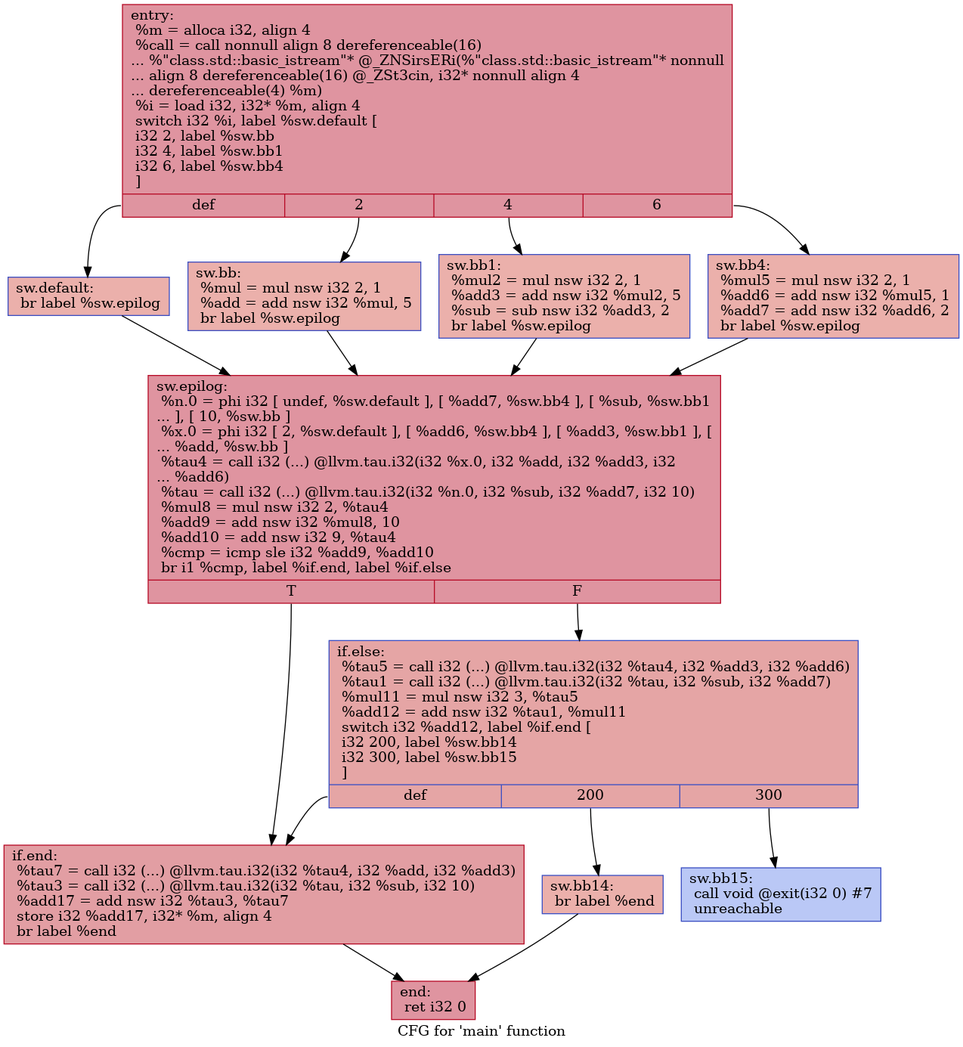
HPSSA-LLVM/HPSSA-LLVM keeps this Graphviz diagram as IR/cfg/afterHPSSA.dot.png. Above is the earlier version. Its source is kept beside it as IR/cfg/afterHPSSA.dot.
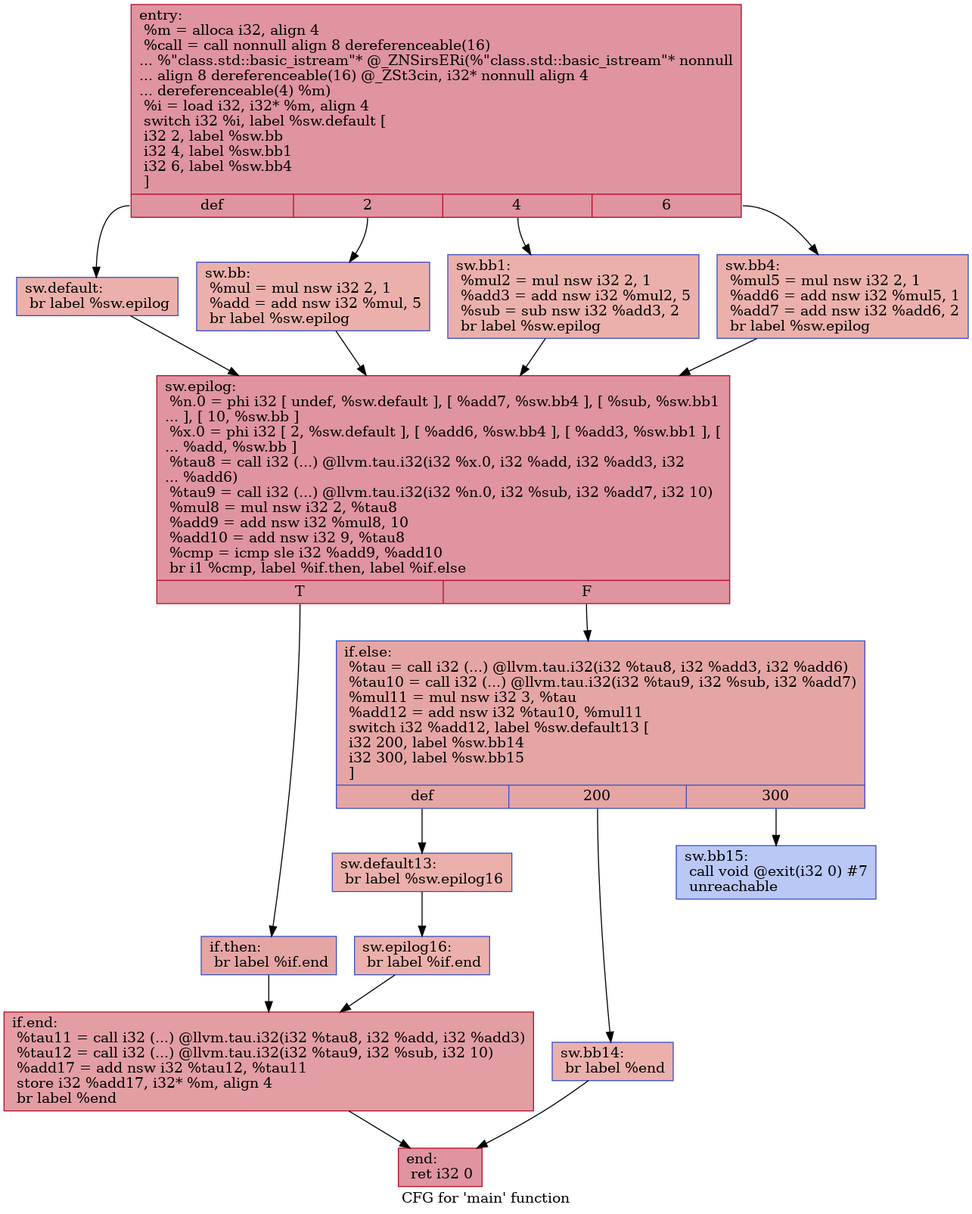
After the change.

Diff of the diagram source:
```diff
@@ -1,30 +1,36 @@
 digraph "CFG for 'main' function" {
 	label="CFG for 'main' function";
 
-	Node0x556ba44c41b0 [shape=record,color="#b70d28ff", style=filled, fillcolor="#b70d2870",label="{entry:\l  %m = alloca i32, align 4\l  %call = call nonnull align 8 dereferenceable(16)\l... %\"class.std::basic_istream\"* @_ZNSirsERi(%\"class.std::basic_istream\"* nonnull\l... align 8 dereferenceable(16) @_ZSt3cin, i32* nonnull align 4\l... dereferenceable(4) %m)\l  %i = load i32, i32* %m, align 4\l  switch i32 %i, label %sw.default [\l    i32 2, label %sw.bb\l    i32 4, label %sw.bb1\l    i32 6, label %sw.bb4\l  ]\l|{<s0>def|<s1>2|<s2>4|<s3>6}}"];
-	Node0x556ba44c41b0:s0 -> Node0x556ba44c45f0;
-	Node0x556ba44c41b0:s1 -> Node0x556ba44c4700;
-	Node0x556ba44c41b0:s2 -> Node0x556ba44c4800;
-	Node0x556ba44c41b0:s3 -> Node0x556ba44c4900;
-	Node0x556ba44c4700 [shape=record,color="#3d50c3ff", style=filled, fillcolor="#d24b4070",label="{sw.bb:                                            \l  %mul = mul nsw i32 2, 1\l  %add = add nsw i32 %mul, 5\l  br label %sw.epilog\l}"];
-	Node0x556ba44c4700 -> Node0x556ba44c4bb0;
-	Node0x556ba44c4800 [shape=record,color="#3d50c3ff", style=filled, fillcolor="#d24b4070",label="{sw.bb1:                                           \l  %mul2 = mul nsw i32 2, 1\l  %add3 = add nsw i32 %mul2, 5\l  %sub = sub nsw i32 %add3, 2\l  br label %sw.epilog\l}"];
-	Node0x556ba44c4800 -> Node0x556ba44c4bb0;
-	Node0x556ba44c4900 [shape=record,color="#3d50c3ff", style=filled, fillcolor="#d24b4070",label="{sw.bb4:                                           \l  %mul5 = mul nsw i32 2, 1\l  %add6 = add nsw i32 %mul5, 1\l  %add7 = add nsw i32 %add6, 2\l  br label %sw.epilog\l}"];
-	Node0x556ba44c4900 -> Node0x556ba44c4bb0;
-	Node0x556ba44c45f0 [shape=record,color="#3d50c3ff", style=filled, fillcolor="#d24b4070",label="{sw.default:                                       \l  br label %sw.epilog\l}"];
-	Node0x556ba44c45f0 -> Node0x556ba44c4bb0;
-	Node0x556ba44c4bb0 [shape=record,color="#b70d28ff", style=filled, fillcolor="#b70d2870",label="{sw.epilog:                                        \l  %n.0 = phi i32 [ undef, %sw.default ], [ %add7, %sw.bb4 ], [ %sub, %sw.bb1\l... ], [ 10, %sw.bb ]\l  %x.0 = phi i32 [ 2, %sw.default ], [ %add6, %sw.bb4 ], [ %add3, %sw.bb1 ], [\l... %add, %sw.bb ]\l  %tau4 = call i32 (...) @llvm.tau.i32(i32 %x.0, i32 %add, i32 %add3, i32\l... %add6)\l  %tau = call i32 (...) @llvm.tau.i32(i32 %n.0, i32 %sub, i32 %add7, i32 10)\l  %mul8 = mul nsw i32 2, %tau4\l  %add9 = add nsw i32 %mul8, 10\l  %add10 = add nsw i32 9, %tau4\l  %cmp = icmp sle i32 %add9, %add10\l  br i1 %cmp, label %if.end, label %if.else\l|{<s0>T|<s1>F}}"];
-	Node0x556ba44c4bb0:s0 -> Node0x556ba44c6400;
-	Node0x556ba44c4bb0:s1 -> Node0x556ba44c6470;
-	Node0x556ba44c6470 [shape=record,color="#3d50c3ff", style=filled, fillcolor="#c5333470",label="{if.else:                                          \l  %tau5 = call i32 (...) @llvm.tau.i32(i32 %tau4, i32 %add3, i32 %add6)\l  %tau1 = call i32 (...) @llvm.tau.i32(i32 %tau, i32 %sub, i32 %add7)\l  %mul11 = mul nsw i32 3, %tau5\l  %add12 = add nsw i32 %tau1, %mul11\l  switch i32 %add12, label %if.end [\l    i32 200, label %sw.bb14\l    i32 300, label %sw.bb15\l  ]\l|{<s0>def|<s1>200|<s2>300}}"];
-	Node0x556ba44c6470:s0 -> Node0x556ba44c6400;
-	Node0x556ba44c6470:s1 -> Node0x556ba44c6830;
-	Node0x556ba44c6470:s2 -> Node0x556ba44c68d0;
-	Node0x556ba44c6830 [shape=record,color="#3d50c3ff", style=filled, fillcolor="#d24b4070",label="{sw.bb14:                                          \l  br label %end\l}"];
-	Node0x556ba44c6830 -> Node0x556ba44c6a60;
-	Node0x556ba44c68d0 [shape=record,color="#3d50c3ff", style=filled, fillcolor="#6282ea70",label="{sw.bb15:                                          \l  call void @exit(i32 0) #7\l  unreachable\l}"];
-	Node0x556ba44c6400 [shape=record,color="#b70d28ff", style=filled, fillcolor="#be242e70",label="{if.end:                                           \l  %tau7 = call i32 (...) @llvm.tau.i32(i32 %tau4, i32 %add, i32 %add3)\l  %tau3 = call i32 (...) @llvm.tau.i32(i32 %tau, i32 %sub, i32 10)\l  %add17 = add nsw i32 %tau3, %tau7\l  store i32 %add17, i32* %m, align 4\l  br label %end\l}"];
-	Node0x556ba44c6400 -> Node0x556ba44c6a60;
-	Node0x556ba44c6a60 [shape=record,color="#b70d28ff", style=filled, fillcolor="#b70d2870",label="{end:                                              \l  ret i32 0\l}"];
+	Node0x55f9e4da12b0 [shape=record,color="#b70d28ff", style=filled, fillcolor="#b70d2870",label="{entry:\l  %m = alloca i32, align 4\l  %call = call nonnull align 8 dereferenceable(16)\l... %\"class.std::basic_istream\"* @_ZNSirsERi(%\"class.std::basic_istream\"* nonnull\l... align 8 dereferenceable(16) @_ZSt3cin, i32* nonnull align 4\l... dereferenceable(4) %m)\l  %i = load i32, i32* %m, align 4\l  switch i32 %i, label %sw.default [\l    i32 2, label %sw.bb\l    i32 4, label %sw.bb1\l    i32 6, label %sw.bb4\l  ]\l|{<s0>def|<s1>2|<s2>4|<s3>6}}"];
+	Node0x55f9e4da12b0:s0 -> Node0x55f9e4da16f0;
+	Node0x55f9e4da12b0:s1 -> Node0x55f9e4da1800;
+	Node0x55f9e4da12b0:s2 -> Node0x55f9e4da1900;
+	Node0x55f9e4da12b0:s3 -> Node0x55f9e4da1a00;
+	Node0x55f9e4da1800 [shape=record,color="#3d50c3ff", style=filled, fillcolor="#d24b4070",label="{sw.bb:                                            \l  %mul = mul nsw i32 2, 1\l  %add = add nsw i32 %mul, 5\l  br label %sw.epilog\l}"];
+	Node0x55f9e4da1800 -> Node0x55f9e4da1cb0;
+	Node0x55f9e4da1900 [shape=record,color="#3d50c3ff", style=filled, fillcolor="#d24b4070",label="{sw.bb1:                                           \l  %mul2 = mul nsw i32 2, 1\l  %add3 = add nsw i32 %mul2, 5\l  %sub = sub nsw i32 %add3, 2\l  br label %sw.epilog\l}"];
+	Node0x55f9e4da1900 -> Node0x55f9e4da1cb0;
+	Node0x55f9e4da1a00 [shape=record,color="#3d50c3ff", style=filled, fillcolor="#d24b4070",label="{sw.bb4:                                           \l  %mul5 = mul nsw i32 2, 1\l  %add6 = add nsw i32 %mul5, 1\l  %add7 = add nsw i32 %add6, 2\l  br label %sw.epilog\l}"];
+	Node0x55f9e4da1a00 -> Node0x55f9e4da1cb0;
+	Node0x55f9e4da16f0 [shape=record,color="#3d50c3ff", style=filled, fillcolor="#d24b4070",label="{sw.default:                                       \l  br label %sw.epilog\l}"];
+	Node0x55f9e4da16f0 -> Node0x55f9e4da1cb0;
+	Node0x55f9e4da1cb0 [shape=record,color="#b70d28ff", style=filled, fillcolor="#b70d2870",label="{sw.epilog:                                        \l  %n.0 = phi i32 [ undef, %sw.default ], [ %add7, %sw.bb4 ], [ %sub, %sw.bb1\l... ], [ 10, %sw.bb ]\l  %x.0 = phi i32 [ 2, %sw.default ], [ %add6, %sw.bb4 ], [ %add3, %sw.bb1 ], [\l... %add, %sw.bb ]\l  %tau8 = call i32 (...) @llvm.tau.i32(i32 %x.0, i32 %add, i32 %add3, i32\l... %add6)\l  %tau9 = call i32 (...) @llvm.tau.i32(i32 %n.0, i32 %sub, i32 %add7, i32 10)\l  %mul8 = mul nsw i32 2, %tau8\l  %add9 = add nsw i32 %mul8, 10\l  %add10 = add nsw i32 9, %tau8\l  %cmp = icmp sle i32 %add9, %add10\l  br i1 %cmp, label %if.then, label %if.else\l|{<s0>T|<s1>F}}"];
+	Node0x55f9e4da1cb0:s0 -> Node0x55f9e4da3500;
+	Node0x55f9e4da1cb0:s1 -> Node0x55f9e4da3570;
+	Node0x55f9e4da3500 [shape=record,color="#3d50c3ff", style=filled, fillcolor="#c5333470",label="{if.then:                                          \l  br label %if.end\l}"];
+	Node0x55f9e4da3500 -> Node0x55f9e4da3690;
+	Node0x55f9e4da3570 [shape=record,color="#3d50c3ff", style=filled, fillcolor="#c5333470",label="{if.else:                                          \l  %tau = call i32 (...) @llvm.tau.i32(i32 %tau8, i32 %add3, i32 %add6)\l  %tau10 = call i32 (...) @llvm.tau.i32(i32 %tau9, i32 %sub, i32 %add7)\l  %mul11 = mul nsw i32 3, %tau\l  %add12 = add nsw i32 %tau10, %mul11\l  switch i32 %add12, label %sw.default13 [\l    i32 200, label %sw.bb14\l    i32 300, label %sw.bb15\l  ]\l|{<s0>def|<s1>200|<s2>300}}"];
+	Node0x55f9e4da3570:s0 -> Node0x55f9e4da39e0;
+	Node0x55f9e4da3570:s1 -> Node0x55f9e4da3a90;
+	Node0x55f9e4da3570:s2 -> Node0x55f9e4da3b30;
+	Node0x55f9e4da39e0 [shape=record,color="#3d50c3ff", style=filled, fillcolor="#d24b4070",label="{sw.default13:                                     \l  br label %sw.epilog16\l}"];
+	Node0x55f9e4da39e0 -> Node0x55f9e4da3d20;
+	Node0x55f9e4da3a90 [shape=record,color="#3d50c3ff", style=filled, fillcolor="#d24b4070",label="{sw.bb14:                                          \l  br label %end\l}"];
+	Node0x55f9e4da3a90 -> Node0x55f9e4da3e10;
+	Node0x55f9e4da3b30 [shape=record,color="#3d50c3ff", style=filled, fillcolor="#6282ea70",label="{sw.bb15:                                          \l  call void @exit(i32 0) #7\l  unreachable\l}"];
+	Node0x55f9e4da3d20 [shape=record,color="#3d50c3ff", style=filled, fillcolor="#d24b4070",label="{sw.epilog16:                                      \l  br label %if.end\l}"];
+	Node0x55f9e4da3d20 -> Node0x55f9e4da3690;
+	Node0x55f9e4da3690 [shape=record,color="#b70d28ff", style=filled, fillcolor="#be242e70",label="{if.end:                                           \l  %tau11 = call i32 (...) @llvm.tau.i32(i32 %tau8, i32 %add, i32 %add3)\l  %tau12 = call i32 (...) @llvm.tau.i32(i32 %tau9, i32 %sub, i32 10)\l  %add17 = add nsw i32 %tau12, %tau11\l  store i32 %add17, i32* %m, align 4\l  br label %end\l}"];
+	Node0x55f9e4da3690 -> Node0x55f9e4da3e10;
+	Node0x55f9e4da3e10 [shape=record,color="#b70d28ff", style=filled, fillcolor="#b70d2870",label="{end:                                              \l  ret i32 0\l}"];
 }
```
